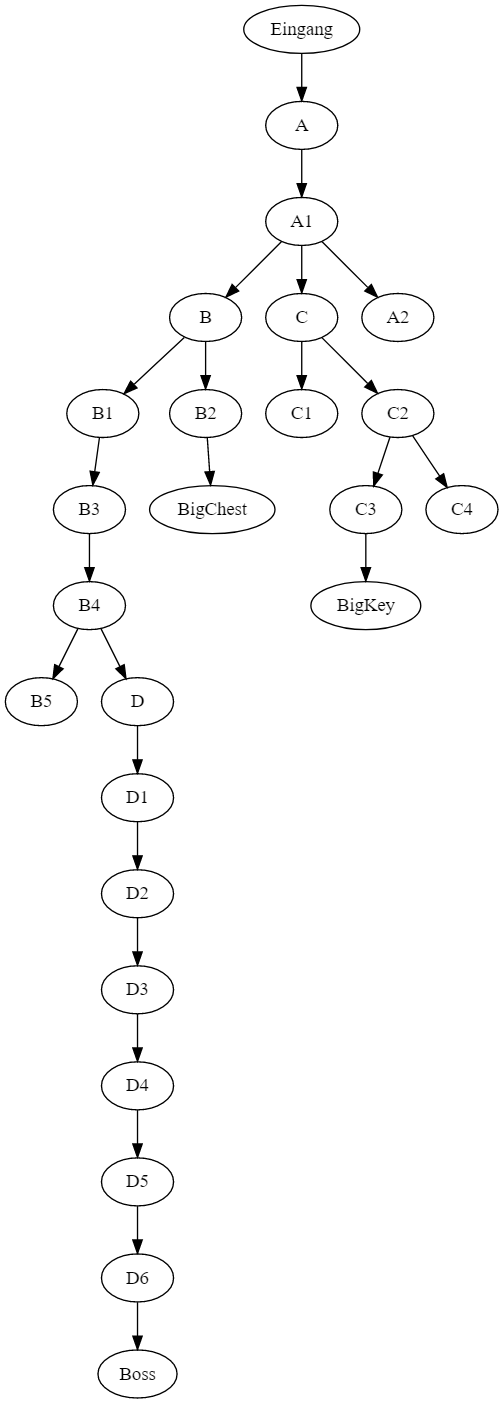
AMatutat/MasterThesis keeps this Graphviz diagram as figs/chapter2/Zelda3Dungeon.png. Above is the earlier version. Its source is kept beside it as dot/Zelda3Dungeon.dot.
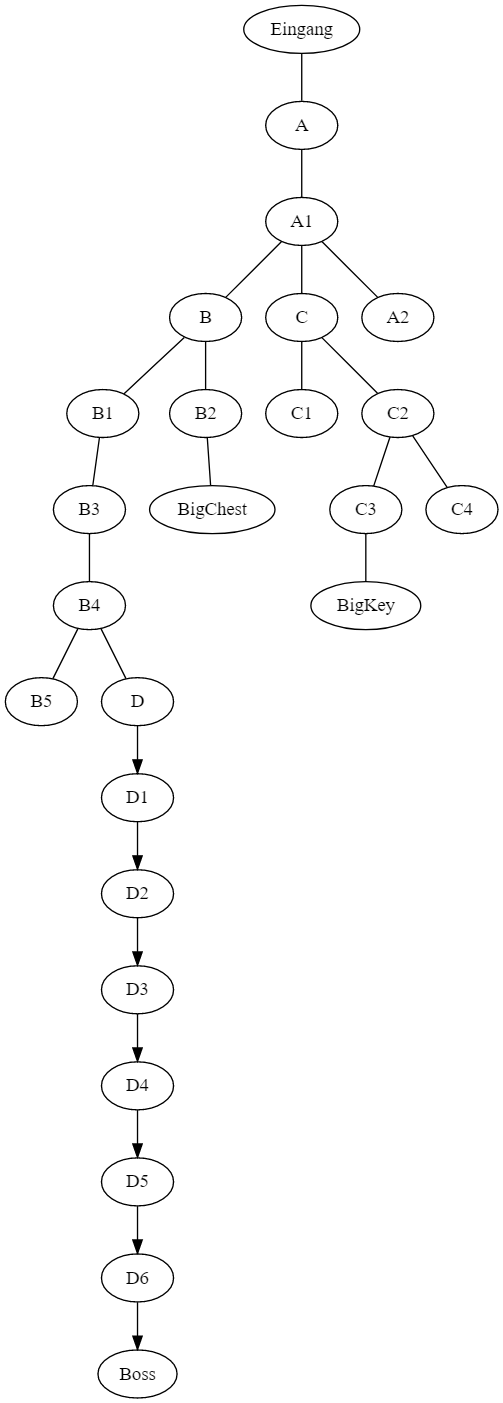
Later version of the same file.

The edit, as a diff of the source:
```diff
@@ -1,31 +1,35 @@
 digraph Zelda3Dungeon {
- Eingang -> A
+    subgraph Anfang {
+        edge [dir=none]
 
- A -> A1
- A1 -> B
- A1 -> C
- A1 -> A2
+        Eingang -> A
 
- B -> B1
- B -> B2
- B2 -> BigChest
- B1 -> B3
- B3 -> B4
- B4 -> B5
- B4 -> D
+        ## Anfang und oben
+         A -> A1
+         A1 -> B
+         A1 -> C
+         A1 -> A2
 
+        ##Links
+         B -> B1
+         B -> B2
+         B2 -> BigChest
+         B1 -> B3
+         B3 -> B4
+         B4 -> B5
+         B4 -> D
 
- C -> C1
- C -> C2
- C2 -> C3
- C3 -> BigKey
- C2 -> C4
+        ## Rechts
+         C -> C1
+         C -> C2
+         C2 -> C3
+         C3 -> BigKey
+         C2 -> C4
 
+    }
 
+    subgraph BossRush{
+        D -> D1 -> D2 -> D3 -> D4 -> D5 -> D6 -> Boss
 
- # das der Boss rush
- D -> D1 -> D2 -> D3 -> D4 -> D5 -> D6 -> Boss
-
-
-
+    }
 }
```
